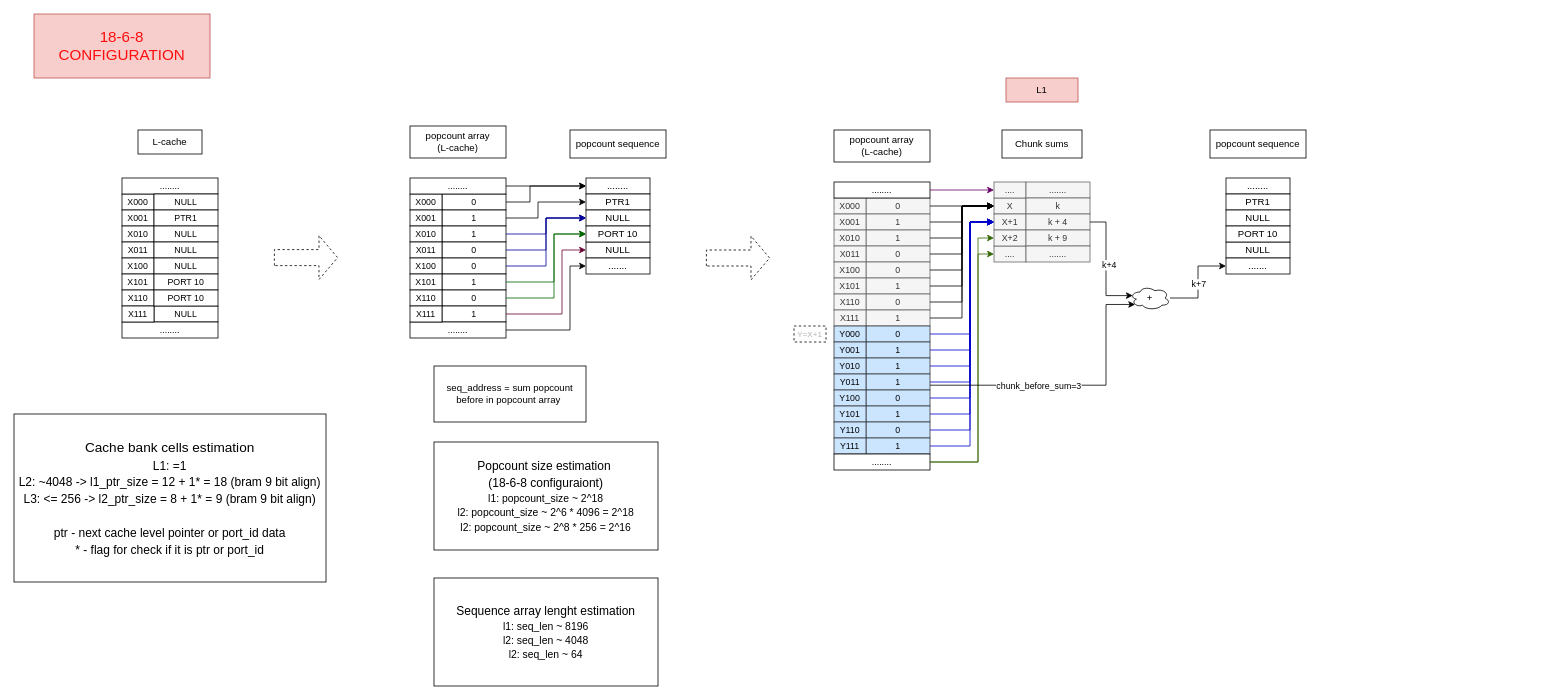
Before: page "cache_compression_concept" (3 of 3) of docs/cache_scheme.drawio in IlyaManishin/lulea-algoritm-rtl, a draw.io diagram. Source tidied: cells renumbered, new cells numbered last; positions are measured from the earlier drawing's top-left corner, leaving out a move shared by most shapes. Both pictures are drawn from the tidied source at 80%, with x=0, y=0 at pixel (14, 14).
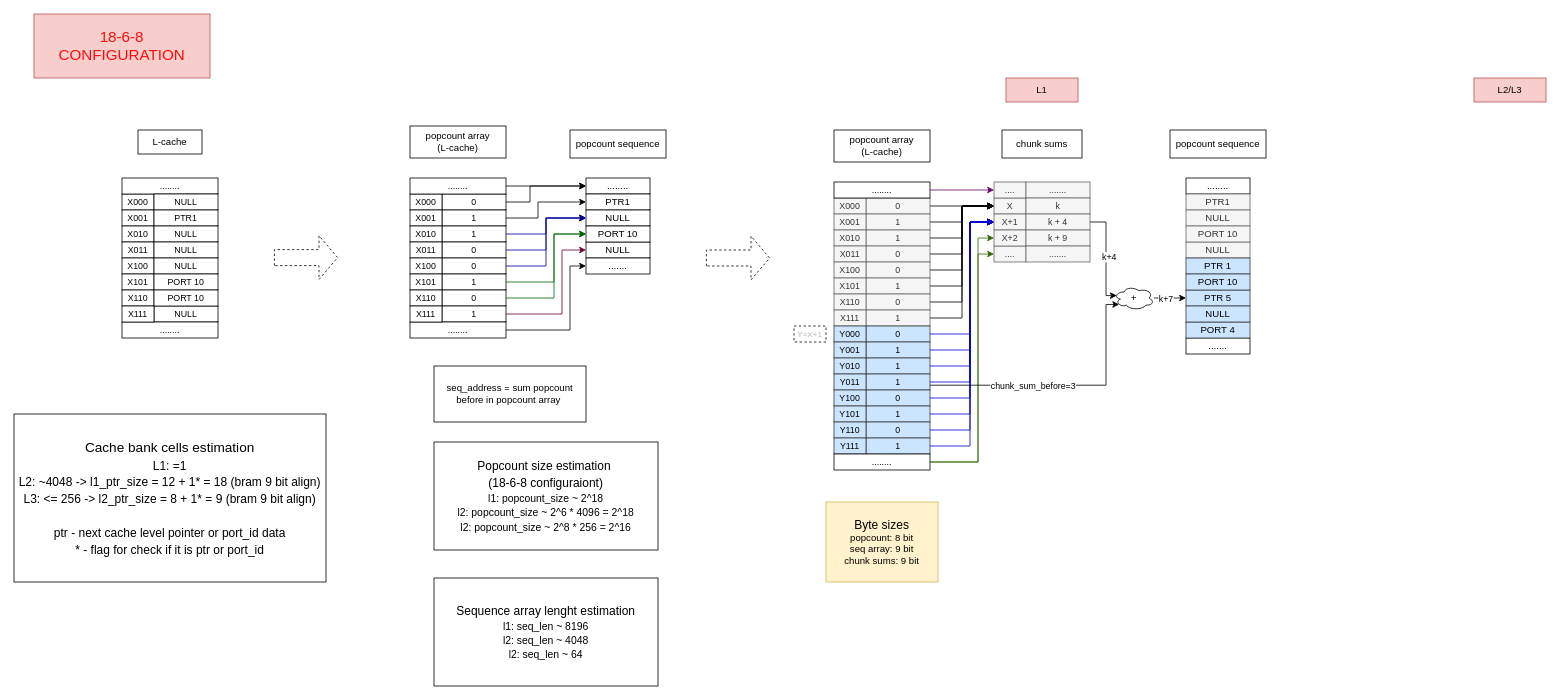
The same diagram, later.

Commit message:
add l1 cache opt

Unchanged cells that the change refers to:
```xml
<mxCell id="146" style="edgeStyle=orthogonalEdgeStyle;rounded=0;jettySize=auto;html=1;entryX=0.13;entryY=0.77;entryDx=0;entryDy=0;entryPerimeter=0;" parent="1" edge="1" source="84" target="143">
  <mxGeometry relative="1" as="geometry">
    <Array as="points">
      <mxPoint x="1365" y="464" />
      <mxPoint x="1365" y="363" />
    </Array>
  </mxGeometry>
</mxCell>
```

The edit, as a diff of the source:
```diff
@@
     <mxCell id="98" value="........" style="rounded=0;whiteSpace=wrap;html=1;" parent="1" vertex="1">
-      <mxGeometry x="1515" y="205" width="80" height="20" as="geometry" />
+      <mxGeometry x="1465" y="205" width="80" height="20" as="geometry" />
     </mxCell>
-    <mxCell id="99" value="PTR1" style="rounded=0;whiteSpace=wrap;html=1;" parent="1" vertex="1">
-      <mxGeometry x="1515" y="225" width="80" height="20" as="geometry" />
+    <mxCell id="99" value="PTR1" style="rounded=0;whiteSpace=wrap;html=1;fillColor=#f5f5f5;fontColor=#333333;strokeColor=#666666;" parent="1" vertex="1">
+      <mxGeometry x="1465" y="225" width="80" height="20" as="geometry" />
     </mxCell>
-    <mxCell id="100" value="NULL" style="rounded=0;whiteSpace=wrap;html=1;" parent="1" vertex="1">
-      <mxGeometry x="1515" y="245" width="80" height="20" as="geometry" />
+    <mxCell id="100" value="NULL" style="rounded=0;whiteSpace=wrap;html=1;fillColor=#f5f5f5;fontColor=#333333;strokeColor=#666666;" parent="1" vertex="1">
+      <mxGeometry x="1465" y="245" width="80" height="20" as="geometry" />
     </mxCell>
-    <mxCell id="101" value="NULL" style="rounded=0;whiteSpace=wrap;html=1;" parent="1" vertex="1">
-      <mxGeometry x="1515" y="285" width="80" height="20" as="geometry" />
+    <mxCell id="101" value="NULL" style="rounded=0;whiteSpace=wrap;html=1;fillColor=#f5f5f5;fontColor=#333333;strokeColor=#666666;" parent="1" vertex="1">
+      <mxGeometry x="1465" y="285" width="80" height="20" as="geometry" />
     </mxCell>
-    <mxCell id="102" value="PORT 10" style="rounded=0;whiteSpace=wrap;html=1;" parent="1" vertex="1">
-      <mxGeometry x="1515" y="265" width="80" height="20" as="geometry" />
+    <mxCell id="102" value="PORT 10" style="rounded=0;whiteSpace=wrap;html=1;fillColor=#f5f5f5;fontColor=#333333;strokeColor=#666666;" parent="1" vertex="1">
+      <mxGeometry x="1465" y="265" width="80" height="20" as="geometry" />
     </mxCell>
-    <mxCell id="103" value="......." style="rounded=0;whiteSpace=wrap;html=1;" parent="1" vertex="1">
-      <mxGeometry x="1515" y="305" width="80" height="20" as="geometry" />
-    </mxCell>
     <mxCell id="104" value="popcount sequence" style="whiteSpace=wrap;html=1;" parent="1" vertex="1">
-      <mxGeometry x="1495" y="145" width="120" height="35" as="geometry" />
+      <mxGeometry x="1445" y="145" width="120" height="35" as="geometry" />
     </mxCell>
@@
-    <mxCell id="109" value="Chunk sums" style="rounded=0;whiteSpace=wrap;html=1;" parent="1" vertex="1">
+    <mxCell id="109" value="chunk sums" style="rounded=0;whiteSpace=wrap;html=1;" parent="1" vertex="1">
       <mxGeometry x="1235" y="145" width="100" height="35" as="geometry" />
     </mxCell>
@@
-    <mxCell id="141" style="edgeStyle=orthogonalEdgeStyle;rounded=0;jettySize=auto;html=1;entryX=0;entryY=0.5;entryDx=0;entryDy=0;" parent="1" edge="1" source="143" target="103">
-      <mxGeometry relative="1" as="geometry" />
+    <mxCell id="141" style="edgeStyle=orthogonalEdgeStyle;rounded=0;jettySize=auto;html=1;entryX=0;entryY=0.5;entryDx=0;entryDy=0;" parent="1" edge="1" source="143" target="151">
+      <mxGeometry relative="1" as="geometry">
+        <Array as="points">
+          <mxPoint x="1455" y="355" />
+          <mxPoint x="1455" y="355" />
+        </Array>
+      </mxGeometry>
     </mxCell>
     <mxCell id="142" value="k+7" style="edgeLabel;html=1;align=center;verticalAlign=middle;" parent="141" vertex="1">
-      <mxGeometry x="-0.03" relative="1" as="geometry" />
+      <mxGeometry x="-0.03" relative="1" as="geometry">
+        <mxPoint x="-5" y="1" as="offset" />
+      </mxGeometry>
     </mxCell>
     <mxCell id="143" value="+" style="ellipse;shape=cloud;whiteSpace=wrap;html=1;" parent="1" vertex="1">
-      <mxGeometry x="1395" y="340" width="50" height="30" as="geometry" />
+      <mxGeometry x="1375" y="340" width="50" height="30" as="geometry" />
     </mxCell>
@@
-    <mxCell id="147" value="chunk_before_sum=3" style="edgeLabel;html=1;align=center;verticalAlign=middle;" parent="146" vertex="1">
+    <mxCell id="147" value="chunk_sum_before=3" style="edgeLabel;html=1;align=center;verticalAlign=middle;" parent="146" vertex="1">
       <mxGeometry x="-0.33" y="2" relative="1" as="geometry">
         <mxPoint x="15" y="2" as="offset" />
       </mxGeometry>
     </mxCell>
+    <mxCell id="148" value="&lt;font style=&quot;font-size: 15px;&quot;&gt;Byte sizes&lt;/font&gt;&lt;div&gt;&lt;font&gt;popcount: 8 bit&lt;/font&gt;&lt;/div&gt;&lt;div&gt;&lt;font&gt;seq array: 9 bit&lt;/font&gt;&lt;/div&gt;&lt;div&gt;&lt;font&gt;chunk sums: 9 bit&lt;/font&gt;&lt;/div&gt;" style="rounded=0;whiteSpace=wrap;html=1;fillColor=#fff2cc;strokeColor=#d6b656;" parent="1" vertex="1">
+      <mxGeometry x="1015" y="610" width="140" height="100" as="geometry" />
+    </mxCell>
+    <mxCell id="149" value="L2/L3" style="rounded=0;whiteSpace=wrap;html=1;fillColor=#f8cecc;strokeColor=#b85450;" parent="1" vertex="1">
+      <mxGeometry x="1825" y="80" width="90" height="30" as="geometry" />
+    </mxCell>
+    <mxCell id="103" value="......." style="rounded=0;whiteSpace=wrap;html=1;" parent="1" vertex="1">
+      <mxGeometry x="1465" y="405" width="80" height="20" as="geometry" />
+    </mxCell>
+    <mxCell id="150" value="PTR 1" style="rounded=0;whiteSpace=wrap;html=1;fillColor=#cce5ff;strokeColor=#36393d;" parent="1" vertex="1">
+      <mxGeometry x="1465" y="305" width="80" height="20" as="geometry" />
+    </mxCell>
+    <mxCell id="151" value="PTR 5" style="rounded=0;whiteSpace=wrap;html=1;fillColor=#cce5ff;strokeColor=#36393d;" parent="1" vertex="1">
+      <mxGeometry x="1465" y="345" width="80" height="20" as="geometry" />
+    </mxCell>
+    <mxCell id="152" value="PORT 10" style="rounded=0;whiteSpace=wrap;html=1;fillColor=#cce5ff;strokeColor=#36393d;" parent="1" vertex="1">
+      <mxGeometry x="1465" y="325" width="80" height="20" as="geometry" />
+    </mxCell>
+    <mxCell id="153" value="PORT 4" style="rounded=0;whiteSpace=wrap;html=1;fillColor=#cce5ff;strokeColor=#36393d;" parent="1" vertex="1">
+      <mxGeometry x="1465" y="385" width="80" height="20" as="geometry" />
+    </mxCell>
+    <mxCell id="154" value="NULL" style="rounded=0;whiteSpace=wrap;html=1;fillColor=#cce5ff;strokeColor=#36393d;" parent="1" vertex="1">
+      <mxGeometry x="1465" y="365" width="80" height="20" as="geometry" />
+    </mxCell>
```
